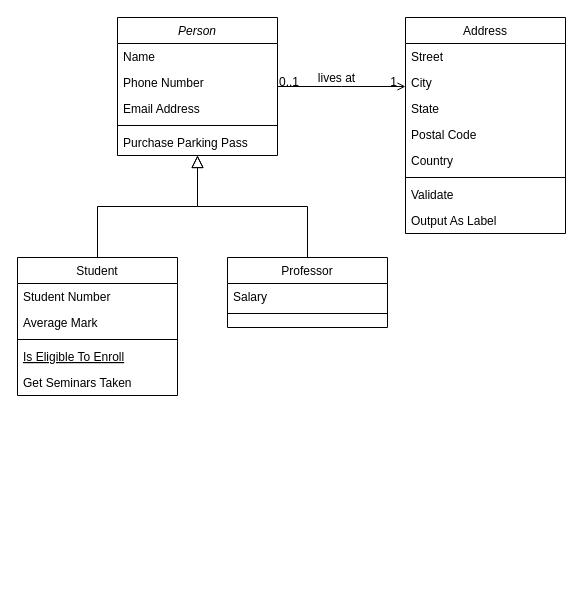
ZhuShouCheng/notebook keeps this draw.io diagram as ETCD-raftexample.drawio. Above is the earlier version. Source tidied: cells renumbered, new cells numbered last; positions are measured from the earlier drawing's top-left corner, leaving out a move shared by most shapes. Both pictures are drawn from the tidied source at 100%, with x=0, y=0 at pixel (17, 17).
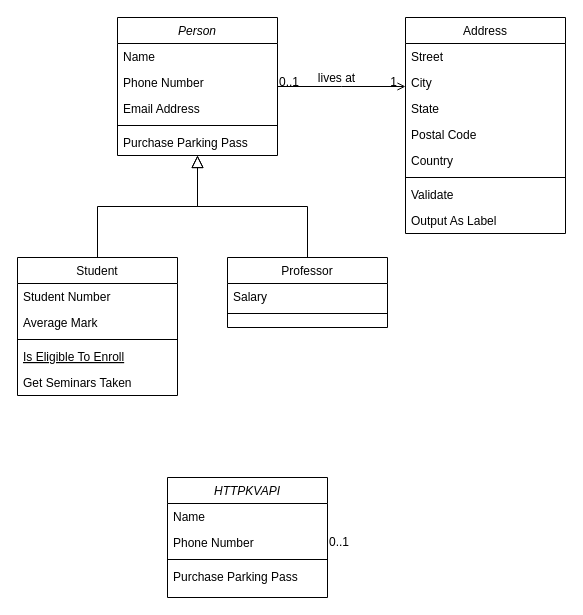
The same page after the edit.

What changed in the source:
```diff
@@
+    <mxCell id="32" value="HTTPKVAPI" style="swimlane;fontStyle=2;align=center;verticalAlign=top;horizontal=1;startSize=26;rounded=0;shadow=0;strokeWidth=1;" parent="1" vertex="1">
+      <mxGeometry x="150" y="460" width="160" height="120" as="geometry" />
+    </mxCell>
+    <mxCell id="33" value="Name" style="text;align=left;verticalAlign=top;spacingLeft=4;spacingRight=4;overflow=hidden;" parent="32" vertex="1">
+      <mxGeometry y="26" width="160" height="26" as="geometry" />
+    </mxCell>
+    <mxCell id="34" value="Phone Number" style="text;align=left;verticalAlign=top;spacingLeft=4;spacingRight=4;overflow=hidden;rounded=0;shadow=0;html=0;" parent="32" vertex="1">
+      <mxGeometry y="52" width="160" height="26" as="geometry" />
+    </mxCell>
+    <mxCell id="35" style="line;html=1;strokeWidth=1;align=left;verticalAlign=middle;spacingTop=-1;spacingLeft=3;spacingRight=3;labelPosition=right;" parent="32" vertex="1">
+      <mxGeometry y="78" width="160" height="8" as="geometry" />
+    </mxCell>
+    <mxCell id="36" value="Purchase Parking Pass" style="text;align=left;verticalAlign=top;spacingLeft=4;spacingRight=4;overflow=hidden;" parent="32" vertex="1">
+      <mxGeometry y="86" width="160" height="26" as="geometry" />
+    </mxCell>
+    <mxCell id="37" value="0..1" style="align=left;verticalAlign=bottom;labelBackgroundColor=none;fontSize=12;" parent="1" vertex="1">
+      <mxGeometry x="310" y="533" as="geometry" />
+    </mxCell>
```
